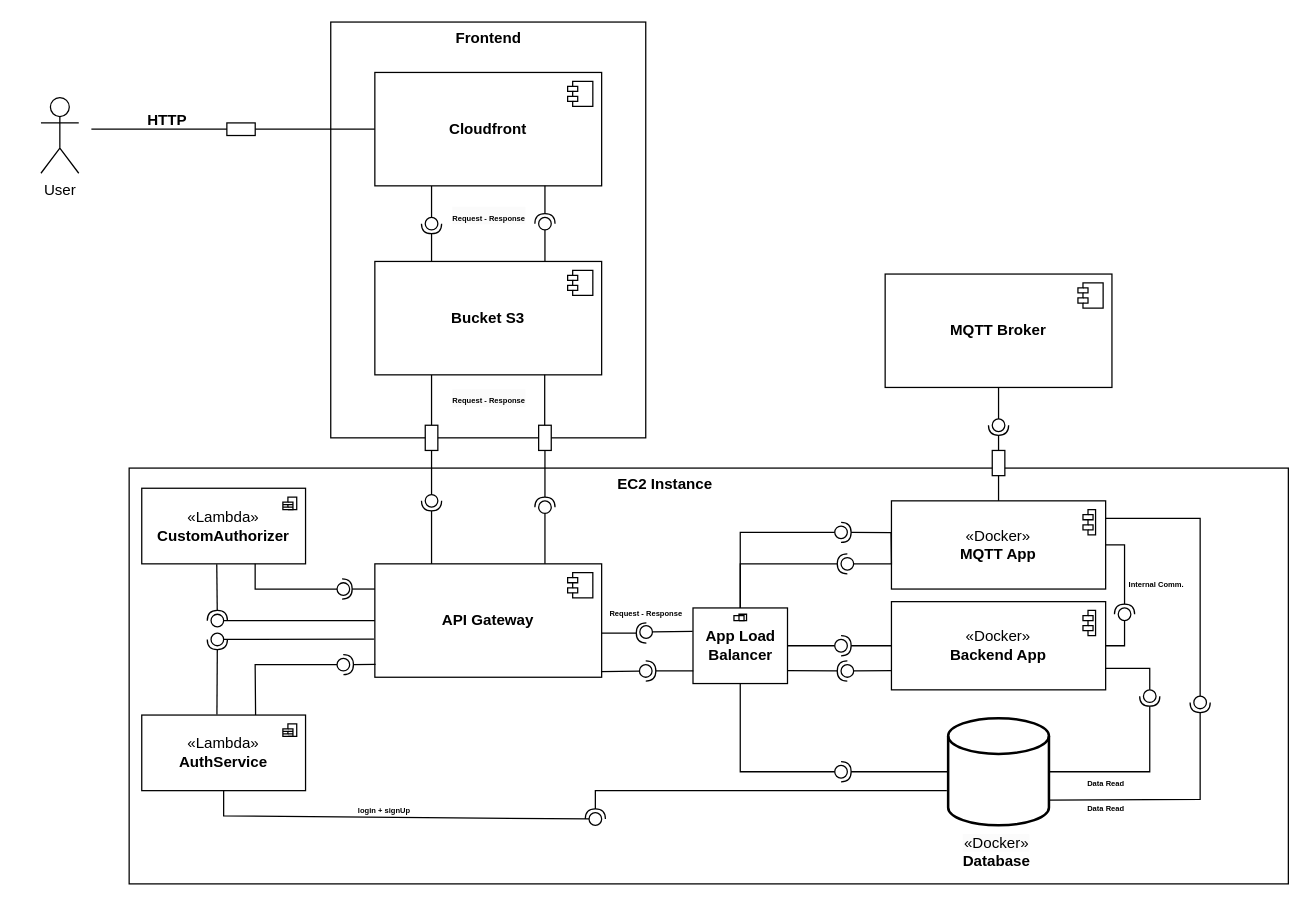
Before: UML_E1.drawio in dgolzm/E1-Arqui-UML, a draw.io diagram. Source tidied: cells renumbered, new cells numbered last; positions are measured from the earlier drawing's top-left corner, leaving out a move shared by most shapes. Both pictures are drawn from the tidied source at 126%, with x=0, y=0 at pixel (21, 21).
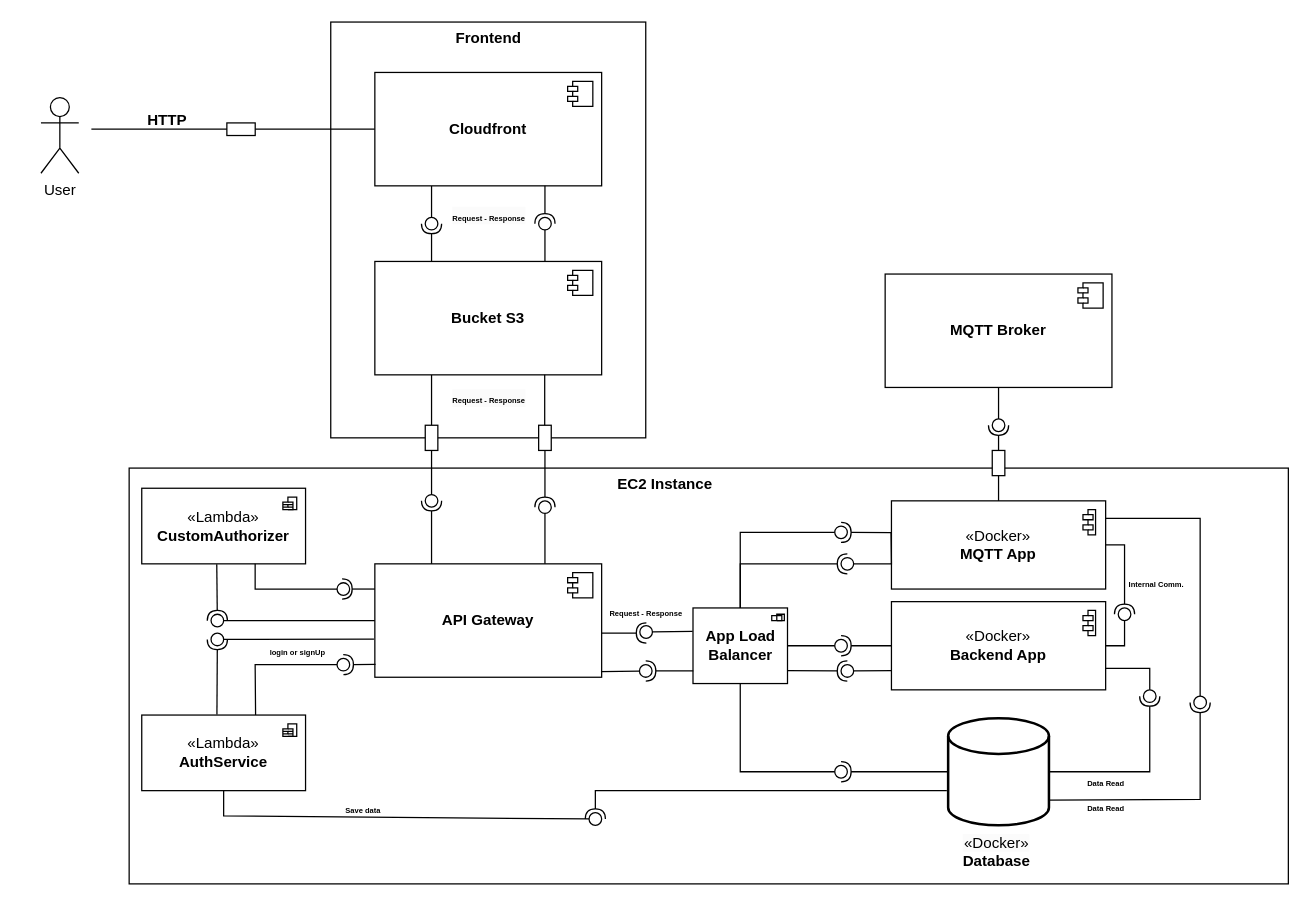
Above is the later version.

Diff of the diagram source:
```diff
@@
     <mxCell id="50" style="shape=module;jettyWidth=8;jettyHeight=4;" parent="1" vertex="1">
-      <mxGeometry x="565" y="470" width="10" height="5" as="geometry" />
+      <mxGeometry x="595" y="470" width="10" height="5" as="geometry" />
     </mxCell>
@@
-    <mxCell id="73" value="&lt;div style=&quot;text-align: center;&quot;&gt;&lt;span style=&quot;font-size: 6px; text-wrap: nowrap;&quot;&gt;&lt;b&gt;login + signUp&lt;/b&gt;&lt;/span&gt;&lt;/div&gt;" style="text;whiteSpace=wrap;html=1;" parent="1" vertex="1">
-      <mxGeometry x="265" y="610" width="50" height="40" as="geometry" />
+    <mxCell id="73" value="&lt;div style=&quot;text-align: center;&quot;&gt;&lt;span style=&quot;font-size: 6px; text-wrap: nowrap;&quot;&gt;&lt;b&gt;login or signUp&lt;/b&gt;&lt;/span&gt;&lt;/div&gt;" style="text;whiteSpace=wrap;html=1;" parent="1" vertex="1">
+      <mxGeometry x="195" y="485" width="50" height="40" as="geometry" />
     </mxCell>
@@
+    <mxCell id="104" value="&lt;div style=&quot;text-align: center;&quot;&gt;&lt;span style=&quot;font-size: 6px; text-wrap: nowrap;&quot;&gt;&lt;b&gt;Save data&lt;/b&gt;&lt;/span&gt;&lt;/div&gt;" style="text;whiteSpace=wrap;html=1;" parent="1" vertex="1">
+      <mxGeometry x="255" y="610" width="50" height="40" as="geometry" />
+    </mxCell>
```
